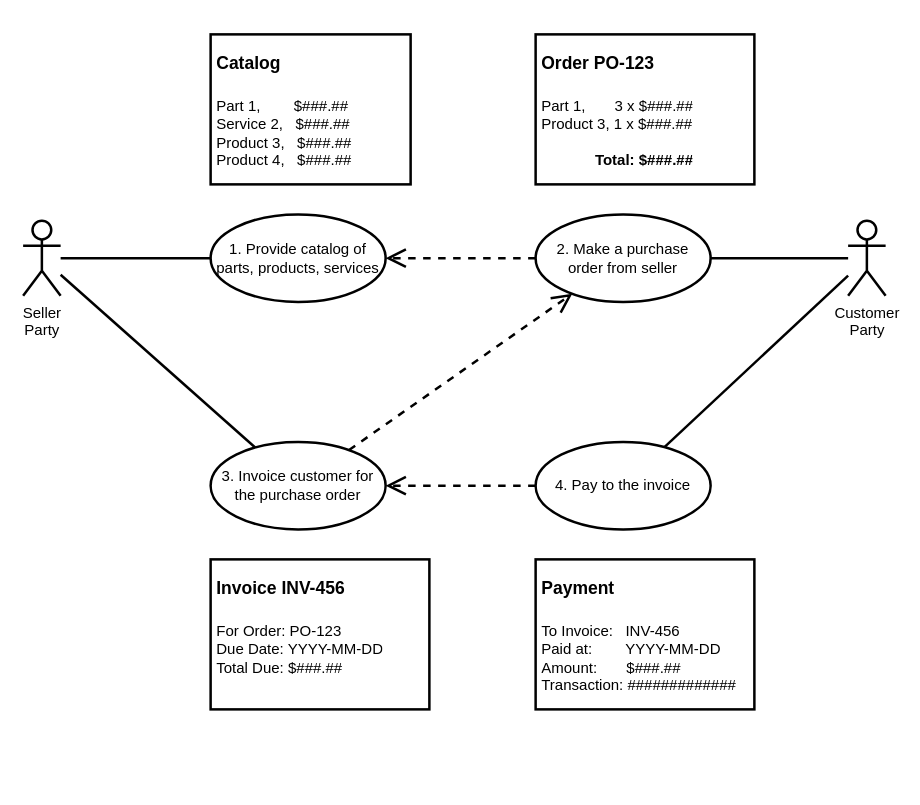
ashapochka/chainvoice keeps this draw.io diagram as page "Use Cases" (1 of 8) of docs/Chainvoice Diagrams.drawio. Above is the earlier version. Source tidied: cells renumbered, new cells numbered last; positions are measured from the earlier drawing's top-left corner, leaving out a move shared by most shapes. Both pictures are drawn from the tidied source at 125%, with x=0, y=0 at pixel (22, 34).
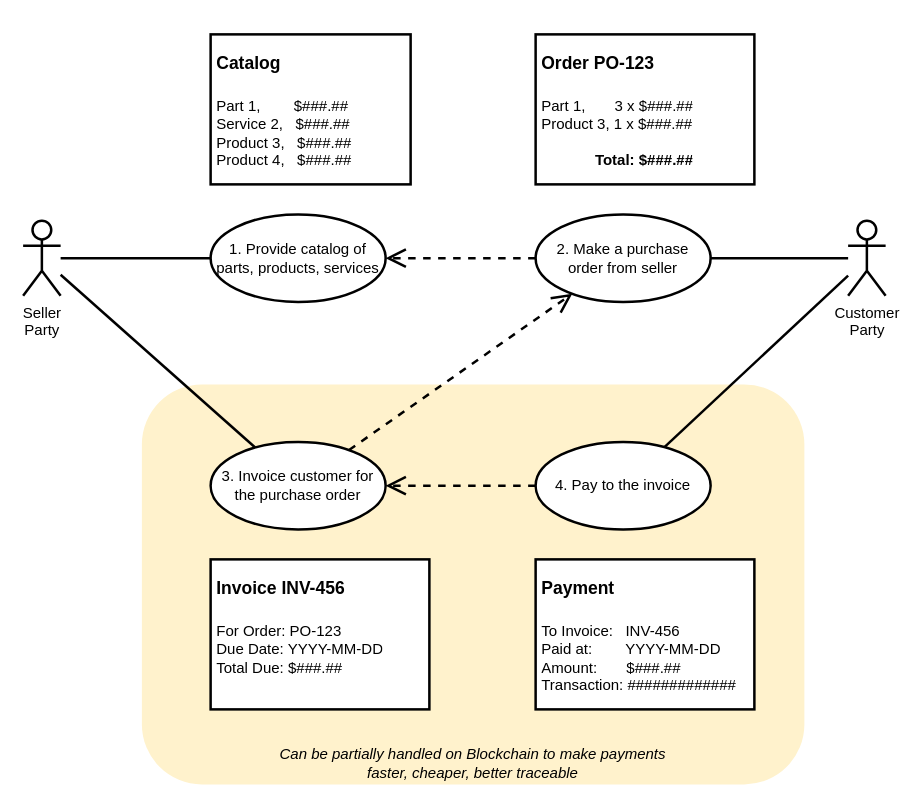
Above is the later version.

Diff of the diagram source:
```diff
@@
 <mxGraphModel>
   <root>
     <mxCell id="0" />
     <mxCell id="1" parent="0" />
+    <mxCell id="19" value="&lt;i&gt;Can be partially handled on Blockchain to make payments &lt;br&gt;faster, cheaper, better traceable&lt;/i&gt;" style="rounded=1;whiteSpace=wrap;html=1;strokeWidth=2;fillColor=#FFF2CC;strokeColor=none;verticalAlign=bottom;" parent="1" vertex="1">
+      <mxGeometry x="95" y="280" width="530" height="320" as="geometry" />
+    </mxCell>
     <mxCell id="2" style="edgeStyle=orthogonalEdgeStyle;rounded=0;jettySize=auto;html=1;endArrow=none;endFill=0;strokeWidth=2;" parent="1" edge="1" source="4" target="8">
       <mxGeometry relative="1" as="geometry" />
     </mxCell>
     <mxCell id="3" style="rounded=0;jettySize=auto;html=1;endArrow=none;endFill=0;strokeWidth=2;" parent="1" edge="1" source="4" target="11">
       <mxGeometry relative="1" as="geometry" />
     </mxCell>
     <mxCell id="4" value="Seller&lt;br&gt;Party" style="shape=umlActor;verticalLabelPosition=bottom;verticalAlign=top;html=1;strokeWidth=2;" parent="1" vertex="1">
       <mxGeometry y="149" width="30" height="60" as="geometry" />
     </mxCell>
     <mxCell id="5" style="edgeStyle=orthogonalEdgeStyle;rounded=0;jettySize=auto;html=1;endArrow=none;endFill=0;strokeWidth=2;" parent="1" edge="1" source="7" target="9">
       <mxGeometry relative="1" as="geometry" />
     </mxCell>
     <mxCell id="6" style="edgeStyle=none;rounded=0;jettySize=auto;html=1;endArrow=none;endFill=0;strokeWidth=2;" parent="1" edge="1" source="7" target="13">
       <mxGeometry relative="1" as="geometry" />
     </mxCell>
     <mxCell id="7" value="Customer&lt;br&gt;Party" style="shape=umlActor;verticalLabelPosition=bottom;verticalAlign=top;html=1;strokeWidth=2;" parent="1" vertex="1">
       <mxGeometry x="660" y="149" width="30" height="60" as="geometry" />
     </mxCell>
     <mxCell id="8" value="1. Provide catalog of parts, products, services" style="ellipse;whiteSpace=wrap;html=1;strokeWidth=2;" parent="1" vertex="1">
       <mxGeometry x="150" y="144" width="140" height="70" as="geometry" />
     </mxCell>
     <mxCell id="9" value="2. Make a purchase&lt;br&gt;order from seller" style="ellipse;whiteSpace=wrap;html=1;strokeWidth=2;" parent="1" vertex="1">
       <mxGeometry x="410" y="144" width="140" height="70" as="geometry" />
     </mxCell>
     <mxCell id="10" style="endArrow=open;endSize=12;dashed=1;html=1;strokeWidth=2;" parent="1" edge="1" source="9" target="8">
       <mxGeometry relative="1" as="geometry" />
     </mxCell>
     <mxCell id="11" value="3. Invoice customer for&lt;br&gt;the purchase order" style="ellipse;whiteSpace=wrap;html=1;strokeWidth=2;" parent="1" vertex="1">
       <mxGeometry x="150" y="326" width="140" height="70" as="geometry" />
     </mxCell>
     <mxCell id="12" style="endArrow=open;endSize=12;dashed=1;html=1;strokeWidth=2;" parent="1" edge="1" source="11" target="9">
       <mxGeometry relative="1" as="geometry" />
     </mxCell>
     <mxCell id="13" value="4. Pay to the invoice" style="ellipse;whiteSpace=wrap;html=1;strokeWidth=2;" parent="1" vertex="1">
       <mxGeometry x="410" y="326" width="140" height="70" as="geometry" />
     </mxCell>
     <mxCell id="14" style="endArrow=open;endSize=12;dashed=1;html=1;strokeWidth=2;" parent="1" edge="1" source="13" target="11">
       <mxGeometry relative="1" as="geometry" />
     </mxCell>
     <mxCell id="15" value="&lt;h1&gt;&lt;font style=&quot;font-size: 14px&quot;&gt;Catalog&lt;/font&gt;&lt;/h1&gt;&lt;p&gt;&lt;/p&gt;&lt;span&gt;Part 1,&amp;nbsp; &amp;nbsp; &amp;nbsp; &amp;nbsp; $###.##&lt;/span&gt;&lt;br&gt;&lt;span&gt;Service 2,&amp;nbsp; &amp;nbsp;$###.##&lt;/span&gt;&lt;br&gt;&lt;span&gt;Product 3,&amp;nbsp; &amp;nbsp;$###.##&lt;/span&gt;&lt;br&gt;&lt;span&gt;Product 4,&amp;nbsp; &amp;nbsp;$###.##&lt;/span&gt;&lt;br&gt;&lt;p&gt;&lt;/p&gt;" style="text;html=1;fillColor=none;spacing=5;spacingTop=-20;whiteSpace=wrap;overflow=hidden;rounded=0;strokeColor=#000000;strokeWidth=2;" parent="1" vertex="1">
       <mxGeometry x="150" width="160" height="120" as="geometry" />
     </mxCell>
     <mxCell id="16" value="&lt;h1&gt;&lt;font style=&quot;font-size: 14px&quot;&gt;Order PO-123&lt;/font&gt;&lt;/h1&gt;&lt;p&gt;&lt;/p&gt;&lt;span&gt;&lt;div style=&quot;text-align: right&quot;&gt;&lt;span&gt;Part 1,&amp;nbsp; &amp;nbsp; &amp;nbsp; &amp;nbsp;3 x $###.##&lt;/span&gt;&lt;/div&gt;&lt;/span&gt;&lt;span&gt;Product 3, 1 x $###.##&lt;/span&gt;&lt;br&gt;&lt;div style=&quot;text-align: right&quot;&gt;&lt;b&gt;&lt;br&gt;&lt;/b&gt;&lt;/div&gt;&lt;div style=&quot;text-align: right&quot;&gt;&lt;b&gt;Total: $###.##&lt;/b&gt;&lt;/div&gt;&lt;p&gt;&lt;/p&gt;" style="text;html=1;fillColor=none;spacing=5;spacingTop=-20;whiteSpace=wrap;overflow=hidden;rounded=0;strokeColor=#000000;strokeWidth=2;" parent="1" vertex="1">
       <mxGeometry x="410" width="175" height="120" as="geometry" />
     </mxCell>
-    <mxCell id="17" value="&lt;h1&gt;&lt;font style=&quot;font-size: 14px&quot;&gt;Invoice INV-456&lt;/font&gt;&lt;/h1&gt;&lt;div&gt;&lt;font style=&quot;font-size: 12px&quot;&gt;For Order: PO-123&lt;/font&gt;&lt;/div&gt;&lt;div&gt;&lt;font style=&quot;font-size: 12px&quot;&gt;Due Date: YYYY-MM-DD&lt;/font&gt;&lt;/div&gt;&lt;div&gt;&lt;font style=&quot;font-size: 12px&quot;&gt;Total Due: $###.##&lt;/font&gt;&lt;/div&gt;&lt;p&gt;&lt;/p&gt;" style="text;html=1;fillColor=none;spacing=5;spacingTop=-20;whiteSpace=wrap;overflow=hidden;rounded=0;strokeColor=#000000;strokeWidth=2;" parent="1" vertex="1">
+    <mxCell id="17" value="&lt;h1&gt;&lt;font style=&quot;font-size: 14px&quot;&gt;Invoice INV-456&lt;/font&gt;&lt;/h1&gt;&lt;div&gt;&lt;font style=&quot;font-size: 12px&quot;&gt;For Order: PO-123&lt;/font&gt;&lt;/div&gt;&lt;div&gt;&lt;font style=&quot;font-size: 12px&quot;&gt;Due Date: YYYY-MM-DD&lt;/font&gt;&lt;/div&gt;&lt;div&gt;&lt;font style=&quot;font-size: 12px&quot;&gt;Total Due: $###.##&lt;/font&gt;&lt;/div&gt;&lt;p&gt;&lt;/p&gt;" style="text;html=1;spacing=5;spacingTop=-20;whiteSpace=wrap;overflow=hidden;rounded=0;strokeColor=#000000;strokeWidth=2;fillColor=#ffffff;" parent="1" vertex="1">
       <mxGeometry x="150" y="420" width="175" height="120" as="geometry" />
     </mxCell>
-    <mxCell id="18" value="&lt;h1&gt;&lt;font style=&quot;font-size: 14px&quot;&gt;Payment&lt;/font&gt;&lt;/h1&gt;&lt;div&gt;&lt;font style=&quot;font-size: 12px&quot;&gt;To Invoice:&amp;nbsp; &amp;nbsp;INV-456&lt;/font&gt;&lt;/div&gt;&lt;div&gt;&lt;font style=&quot;font-size: 12px&quot;&gt;Paid at:&amp;nbsp; &amp;nbsp; &amp;nbsp; &amp;nbsp; YYYY-MM-DD&lt;/font&gt;&lt;/div&gt;&lt;div&gt;&lt;font style=&quot;font-size: 12px&quot;&gt;Amount:&amp;nbsp; &amp;nbsp; &amp;nbsp; &amp;nbsp;$###.##&lt;/font&gt;&lt;/div&gt;&lt;div&gt;&lt;font style=&quot;font-size: 12px&quot;&gt;Transaction: #############&lt;/font&gt;&lt;/div&gt;&lt;div&gt;&lt;font style=&quot;font-size: 12px&quot;&gt;&lt;br&gt;&lt;/font&gt;&lt;/div&gt;&lt;p&gt;&lt;/p&gt;" style="text;html=1;fillColor=none;spacing=5;spacingTop=-20;whiteSpace=wrap;overflow=hidden;rounded=0;strokeColor=#000000;strokeWidth=2;" parent="1" vertex="1">
+    <mxCell id="18" value="&lt;h1&gt;&lt;font style=&quot;font-size: 14px&quot;&gt;Payment&lt;/font&gt;&lt;/h1&gt;&lt;div&gt;&lt;font style=&quot;font-size: 12px&quot;&gt;To Invoice:&amp;nbsp; &amp;nbsp;INV-456&lt;/font&gt;&lt;/div&gt;&lt;div&gt;&lt;font style=&quot;font-size: 12px&quot;&gt;Paid at:&amp;nbsp; &amp;nbsp; &amp;nbsp; &amp;nbsp; YYYY-MM-DD&lt;/font&gt;&lt;/div&gt;&lt;div&gt;&lt;font style=&quot;font-size: 12px&quot;&gt;Amount:&amp;nbsp; &amp;nbsp; &amp;nbsp; &amp;nbsp;$###.##&lt;/font&gt;&lt;/div&gt;&lt;div&gt;&lt;font style=&quot;font-size: 12px&quot;&gt;Transaction: #############&lt;/font&gt;&lt;/div&gt;&lt;div&gt;&lt;font style=&quot;font-size: 12px&quot;&gt;&lt;br&gt;&lt;/font&gt;&lt;/div&gt;&lt;p&gt;&lt;/p&gt;" style="text;html=1;spacing=5;spacingTop=-20;whiteSpace=wrap;overflow=hidden;rounded=0;strokeColor=#000000;strokeWidth=2;fillColor=#ffffff;" parent="1" vertex="1">
       <mxGeometry x="410" y="420" width="175" height="120" as="geometry" />
     </mxCell>
   </root>
 </mxGraphModel>
```
